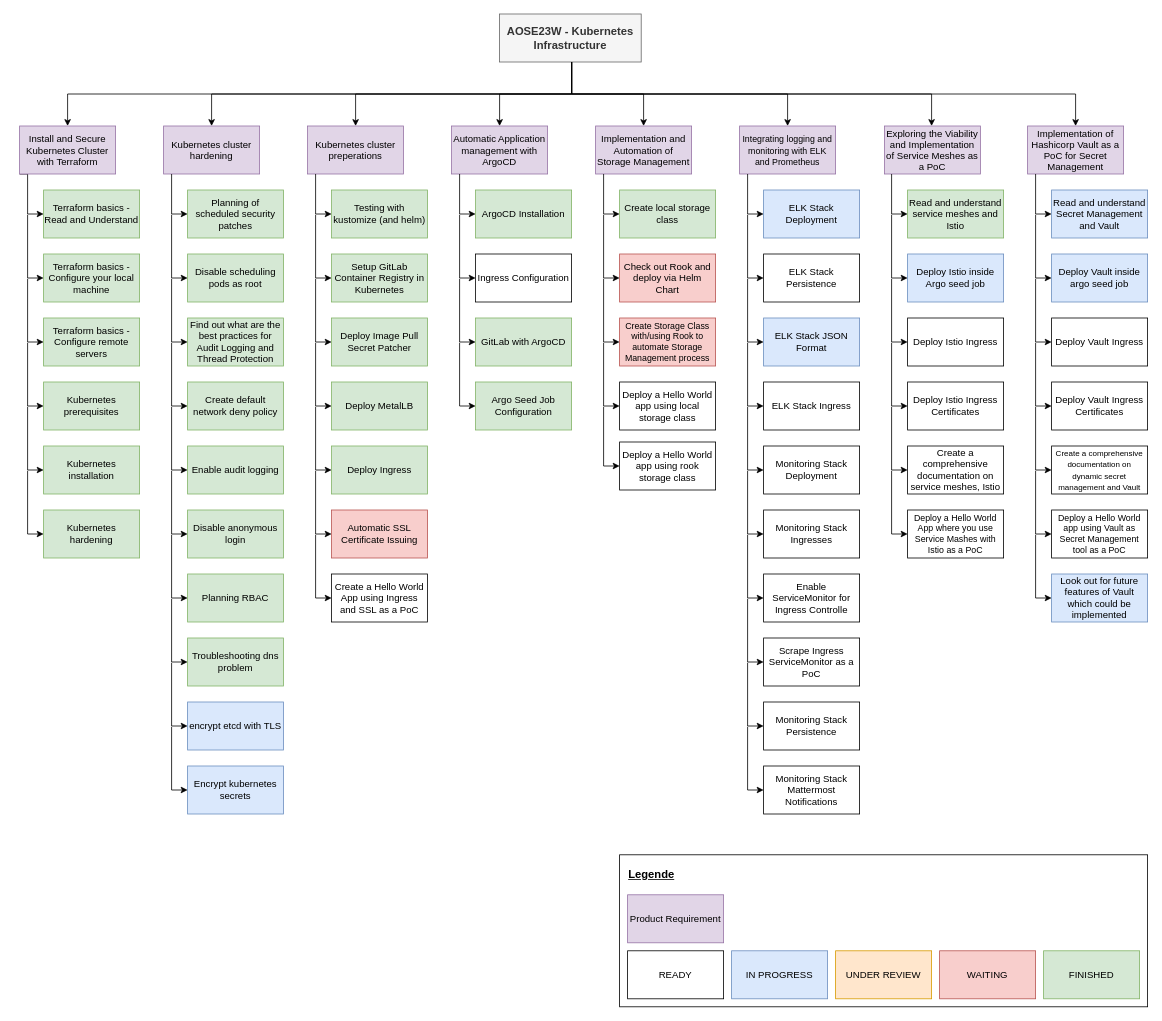
pogii123/drawio-charts keeps this draw.io diagram as uni-bsc/product-requirements-kubernetes-infrastructure.drawio. Above is the earlier version. Source tidied: cells renumbered, new cells numbered last; positions are measured from the earlier drawing's top-left corner, leaving out a move shared by most shapes. Both pictures are drawn from the tidied source at 80%, with x=0, y=0 at pixel (19, 14).
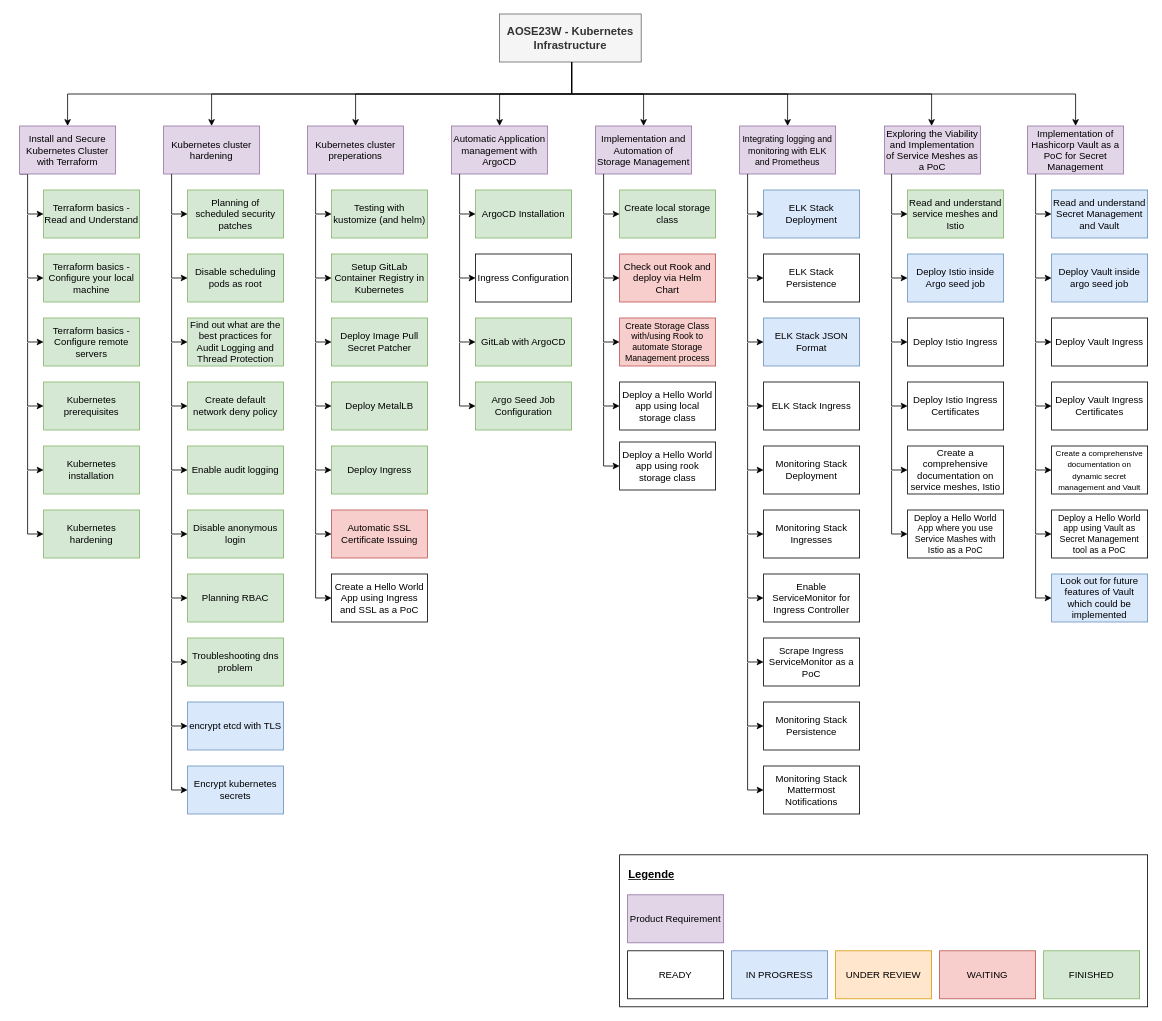
The same page after the edit.

Change to the diagram source:
```diff
@@
-    <mxCell id="97" value="Enable ServiceMonitor for Ingress Controlle" style="rounded=0;whiteSpace=wrap;html=1;" parent="1" vertex="1">
+    <mxCell id="97" value="Enable ServiceMonitor for Ingress Controller" style="rounded=0;whiteSpace=wrap;html=1;" parent="1" vertex="1">
       <mxGeometry x="930" y="700" width="120" height="60" as="geometry" />
     </mxCell>
```
